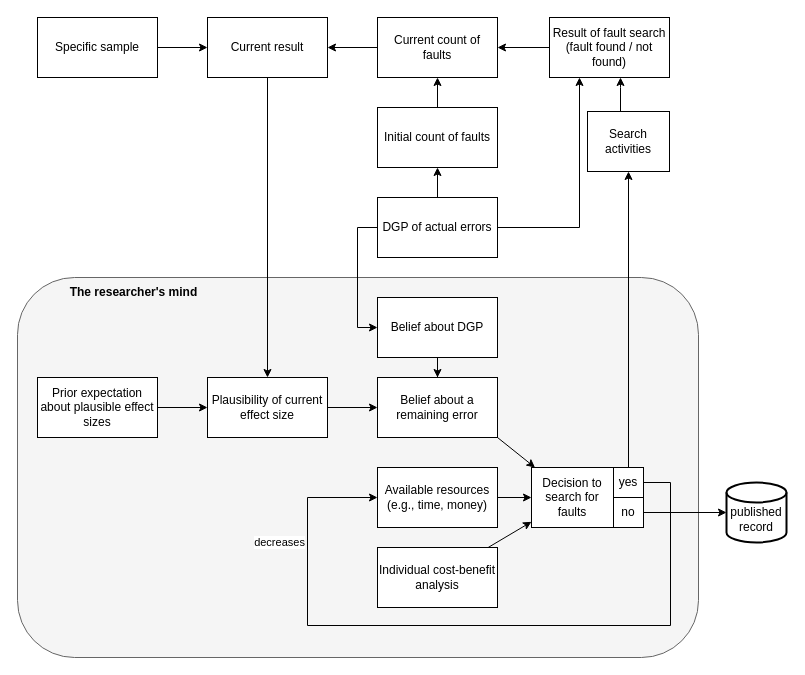
Earlier version of the draw.io diagram scientific_errors_VAST.drawio (nicebread/scientific_errors). Source tidied: cells renumbered, new cells numbered last; positions are measured from the earlier drawing's top-left corner, leaving out a move shared by most shapes. Both pictures are drawn from the tidied source at 100%, with x=0, y=0 at pixel (17, 17).
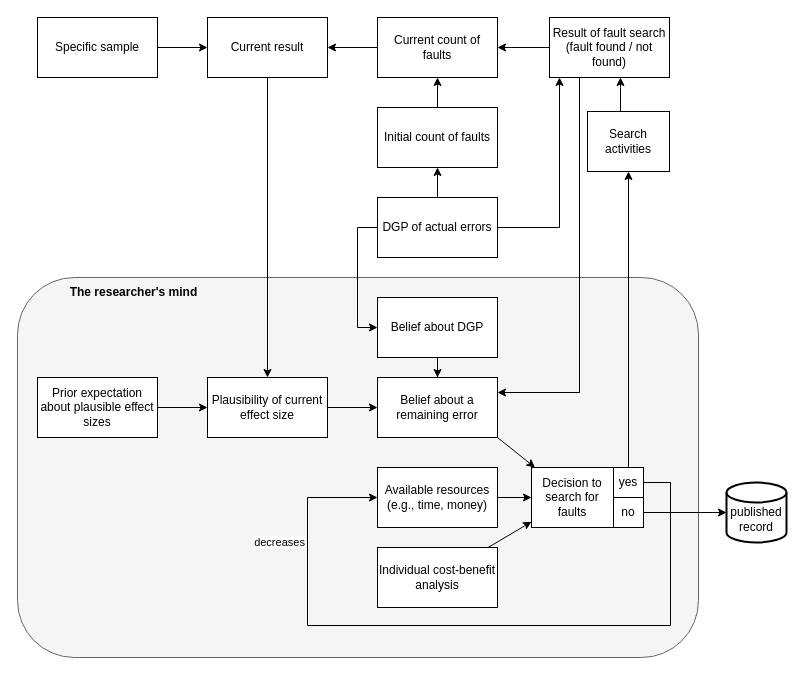
After the change.

Unchanged cells that the change refers to:
```xml
<mxCell id="14" value="Belief about a remaining error" style="rounded=0;whiteSpace=wrap;html=1;" parent="1" vertex="1">
  <mxGeometry x="360" y="360" width="120" height="60" as="geometry" />
</mxCell>
<mxCell id="19" value="Result of fault search&lt;br&gt;(fault found / not found)" style="rounded=0;whiteSpace=wrap;html=1;" parent="1" vertex="1">
  <mxGeometry x="532" width="120" height="60" as="geometry" />
</mxCell>
<mxCell id="23" value="DGP of actual errors" style="rounded=0;whiteSpace=wrap;html=1;" parent="1" vertex="1">
  <mxGeometry x="360" y="180" width="120" height="60" as="geometry" />
</mxCell>
```

The edit, as a diff of the source:
```diff
@@
+    <mxCell id="42" style="edgeStyle=orthogonalEdgeStyle;rounded=0;jettySize=auto;html=1;exitX=0.25;exitY=1;exitDx=0;exitDy=0;entryX=1;entryY=0.25;entryDx=0;entryDy=0;" parent="1" edge="1" source="19" target="14">
+      <mxGeometry relative="1" as="geometry" />
+    </mxCell>
@@
-    <mxCell id="21" style="edgeStyle=orthogonalEdgeStyle;rounded=0;jettySize=auto;html=1;exitX=1;exitY=0.5;exitDx=0;exitDy=0;entryX=0.25;entryY=1;entryDx=0;entryDy=0;" parent="1" edge="1" source="23" target="19">
-      <mxGeometry relative="1" as="geometry" />
+    <mxCell id="21" style="edgeStyle=orthogonalEdgeStyle;rounded=0;jettySize=auto;html=1;exitX=1;exitY=0.5;exitDx=0;exitDy=0;" parent="1" edge="1" source="23">
+      <mxGeometry relative="1" as="geometry">
+        <mxPoint x="542" y="60" as="targetPoint" />
+        <Array as="points">
+          <mxPoint x="542" y="210" />
+          <mxPoint x="542" y="60" />
+        </Array>
+      </mxGeometry>
     </mxCell>
```
